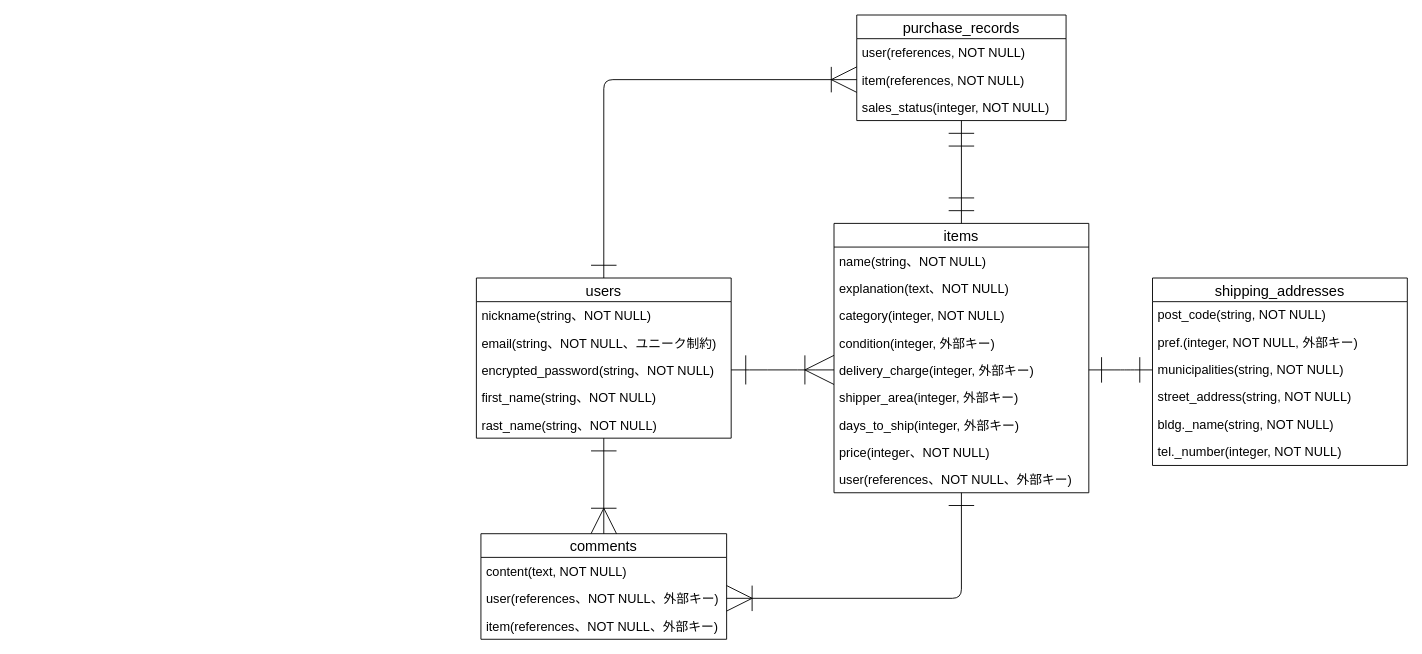
This is furima.dio from KAZUbcda/furima-39612, a draw.io file, before an edit. Source tidied: cells renumbered, new cells numbered last; positions are measured from the earlier drawing's top-left corner, leaving out a move shared by most shapes. Both pictures are drawn from the tidied source at 91%, with x=0, y=0 at pixel (476, 15).
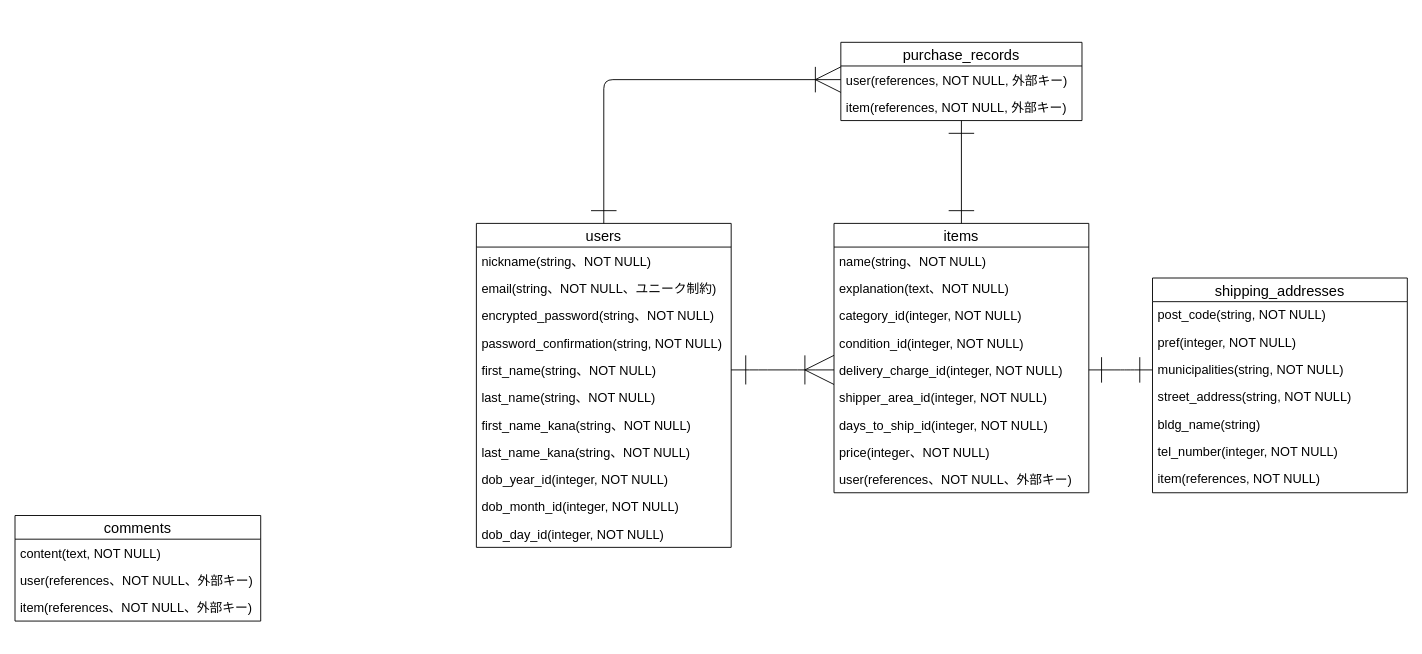
Above is the later version.

Commit message (it also covers changes not shown here):
ER図、READMEのコードレビュー2

The change refers to these unchanged cells:
```xml
<mxCell id="5" value="encrypted_password(string、NOT NULL)" style="text;strokeColor=none;fillColor=none;spacingLeft=4;spacingRight=4;overflow=hidden;points=[[0,0.5],[1,0.5]];portConstraint=eastwest;fontSize=14;verticalAlign=middle;" parent="2" vertex="1">
  <mxGeometry y="86" width="280" height="30" as="geometry" />
</mxCell>
<mxCell id="8" value="items" style="swimlane;fontStyle=0;horizontal=1;startSize=26;align=center;fontSize=16;" parent="1" vertex="1">
  <mxGeometry x="393" y="229" width="280" height="296" as="geometry" />
</mxCell>
<mxCell id="17" value="user(references、NOT NULL、外部キー)" style="text;strokeColor=none;fillColor=none;spacingLeft=4;spacingRight=4;overflow=hidden;points=[[0,0.5],[1,0.5]];portConstraint=eastwest;fontSize=14;verticalAlign=middle;" parent="8" vertex="1">
  <mxGeometry y="266" width="280" height="30" as="geometry" />
</mxCell>
<mxCell id="20" value="user(references、NOT NULL、外部キー)" style="text;strokeColor=none;fillColor=none;spacingLeft=4;spacingRight=4;overflow=hidden;points=[[0,0.5],[1,0.5]];portConstraint=eastwest;fontSize=14;verticalAlign=middle;" parent="18" vertex="1">
  <mxGeometry y="56" width="270" height="30" as="geometry" />
</mxCell>
```

Diff of the diagram source:
```diff
@@
     <mxCell id="2" value="users" style="swimlane;fontStyle=0;horizontal=1;startSize=26;align=center;fontSize=16;verticalAlign=middle;" parent="1" vertex="1">
-      <mxGeometry y="289" width="280" height="176" as="geometry" />
+      <mxGeometry y="229" width="280" height="356" as="geometry" />
     </mxCell>
@@
+    <mxCell id="39" value="password_confirmation(string, NOT NULL)" style="text;strokeColor=none;fillColor=none;spacingLeft=4;spacingRight=4;overflow=hidden;fontSize=14;verticalAlign=middle;" parent="2" vertex="1">
+      <mxGeometry y="116" width="280" height="30" as="geometry" />
+    </mxCell>
     <mxCell id="6" value="first_name(string、NOT NULL)" style="text;strokeColor=none;fillColor=none;spacingLeft=4;spacingRight=4;overflow=hidden;points=[[0,0.5],[1,0.5]];portConstraint=eastwest;fontSize=14;verticalAlign=middle;spacing=2;horizontal=1;spacingBottom=0;fontStyle=0;" parent="2" vertex="1">
-      <mxGeometry y="116" width="280" height="30" as="geometry" />
+      <mxGeometry y="146" width="280" height="30" as="geometry" />
     </mxCell>
-    <mxCell id="7" value="rast_name(string、NOT NULL)" style="text;strokeColor=none;fillColor=none;spacingLeft=4;spacingRight=4;overflow=hidden;points=[[0,0.5],[1,0.5]];portConstraint=eastwest;fontSize=14;verticalAlign=middle;" parent="2" vertex="1">
-      <mxGeometry y="146" width="280" height="30" as="geometry" />
+    <mxCell id="7" value="last_name(string、NOT NULL)" style="text;strokeColor=none;fillColor=none;spacingLeft=4;spacingRight=4;overflow=hidden;points=[[0,0.5],[1,0.5]];portConstraint=eastwest;fontSize=14;verticalAlign=middle;" parent="2" vertex="1">
+      <mxGeometry y="176" width="280" height="30" as="geometry" />
     </mxCell>
+    <mxCell id="40" value="first_name_kana(string、NOT NULL)" style="text;strokeColor=none;fillColor=none;spacingLeft=4;spacingRight=4;overflow=hidden;fontSize=14;verticalAlign=middle;" parent="2" vertex="1">
+      <mxGeometry y="206" width="280" height="30" as="geometry" />
+    </mxCell>
+    <mxCell id="41" value="last_name_kana(string、NOT NULL)" style="text;strokeColor=none;fillColor=none;spacingLeft=4;spacingRight=4;overflow=hidden;fontSize=14;verticalAlign=middle;" parent="2" vertex="1">
+      <mxGeometry y="236" width="280" height="30" as="geometry" />
+    </mxCell>
+    <mxCell id="42" value="dob_year_id(integer, NOT NULL)" style="text;strokeColor=none;fillColor=none;spacingLeft=4;spacingRight=4;overflow=hidden;fontSize=14;verticalAlign=middle;" parent="2" vertex="1">
+      <mxGeometry y="266" width="280" height="30" as="geometry" />
+    </mxCell>
+    <mxCell id="43" value="dob_month_id(integer, NOT NULL)" style="text;strokeColor=none;fillColor=none;spacingLeft=4;spacingRight=4;overflow=hidden;fontSize=14;verticalAlign=middle;" parent="2" vertex="1">
+      <mxGeometry y="296" width="280" height="30" as="geometry" />
+    </mxCell>
+    <mxCell id="44" value="dob_day_id(integer, NOT NULL)" style="text;strokeColor=none;fillColor=none;spacingLeft=4;spacingRight=4;overflow=hidden;fontSize=14;verticalAlign=middle;" parent="2" vertex="1">
+      <mxGeometry y="326" width="280" height="30" as="geometry" />
+    </mxCell>
@@
-    <mxCell id="11" value="category(integer, NOT NULL)" style="text;strokeColor=none;fillColor=none;spacingLeft=4;spacingRight=4;overflow=hidden;fontSize=14;verticalAlign=middle;" parent="8" vertex="1">
+    <mxCell id="11" value="category_id(integer, NOT NULL)" style="text;strokeColor=none;fillColor=none;spacingLeft=4;spacingRight=4;overflow=hidden;fontSize=14;verticalAlign=middle;" parent="8" vertex="1">
       <mxGeometry y="86" width="280" height="30" as="geometry" />
     </mxCell>
-    <mxCell id="12" value="condition(integer, 外部キー)" style="text;strokeColor=none;fillColor=none;spacingLeft=4;spacingRight=4;overflow=hidden;fontSize=14;verticalAlign=middle;" parent="8" vertex="1">
+    <mxCell id="12" value="condition_id(integer, NOT NULL)" style="text;strokeColor=none;fillColor=none;spacingLeft=4;spacingRight=4;overflow=hidden;fontSize=14;verticalAlign=middle;" parent="8" vertex="1">
       <mxGeometry y="116" width="280" height="30" as="geometry" />
     </mxCell>
-    <mxCell id="13" value="delivery_charge(integer, 外部キー)" style="text;strokeColor=none;fillColor=none;spacingLeft=4;spacingRight=4;overflow=hidden;points=[[0,0.5],[1,0.5]];portConstraint=eastwest;fontSize=14;verticalAlign=middle;" parent="8" vertex="1">
+    <mxCell id="13" value="delivery_charge_id(integer, NOT NULL)" style="text;strokeColor=none;fillColor=none;spacingLeft=4;spacingRight=4;overflow=hidden;points=[[0,0.5],[1,0.5]];portConstraint=eastwest;fontSize=14;verticalAlign=middle;" parent="8" vertex="1">
       <mxGeometry y="146" width="280" height="30" as="geometry" />
     </mxCell>
-    <mxCell id="14" value="shipper_area(integer, 外部キー)" style="text;strokeColor=none;fillColor=none;spacingLeft=4;spacingRight=4;overflow=hidden;fontSize=14;verticalAlign=middle;" parent="8" vertex="1">
+    <mxCell id="14" value="shipper_area_id(integer, NOT NULL)" style="text;strokeColor=none;fillColor=none;spacingLeft=4;spacingRight=4;overflow=hidden;fontSize=14;verticalAlign=middle;" parent="8" vertex="1">
       <mxGeometry y="176" width="280" height="30" as="geometry" />
     </mxCell>
-    <mxCell id="15" value="days_to_ship(integer, 外部キー)" style="text;strokeColor=none;fillColor=none;spacingLeft=4;spacingRight=4;overflow=hidden;fontSize=14;verticalAlign=middle;" parent="8" vertex="1">
+    <mxCell id="15" value="days_to_ship_id(integer, NOT NULL)" style="text;strokeColor=none;fillColor=none;spacingLeft=4;spacingRight=4;overflow=hidden;fontSize=14;verticalAlign=middle;" parent="8" vertex="1">
       <mxGeometry y="206" width="280" height="30" as="geometry" />
     </mxCell>
@@
     <mxCell id="18" value="comments" style="swimlane;fontStyle=0;horizontal=1;startSize=26;align=center;fontSize=16;fillColor=none;strokeColor=default;" parent="1" vertex="1">
-      <mxGeometry x="5" y="570" width="270" height="116" as="geometry" />
+      <mxGeometry x="-507" y="550" width="270" height="116" as="geometry" />
     </mxCell>
@@
     <mxCell id="22" value="shipping_addresses" style="swimlane;fontStyle=0;horizontal=1;startSize=26;align=center;fontSize=16;" parent="1" vertex="1">
-      <mxGeometry x="743" y="289" width="280" height="206" as="geometry" />
+      <mxGeometry x="743" y="289" width="280" height="236" as="geometry" />
     </mxCell>
@@
-    <mxCell id="24" value="pref.(integer, NOT NULL, 外部キー)" style="text;strokeColor=none;fillColor=none;spacingLeft=4;spacingRight=4;overflow=hidden;fontSize=14;" parent="22" vertex="1">
+    <mxCell id="24" value="pref(integer, NOT NULL)" style="text;strokeColor=none;fillColor=none;spacingLeft=4;spacingRight=4;overflow=hidden;fontSize=14;" parent="22" vertex="1">
       <mxGeometry y="56" width="280" height="30" as="geometry" />
     </mxCell>
@@
-    <mxCell id="27" value="bldg._name(string, NOT NULL)" style="text;strokeColor=none;fillColor=none;spacingLeft=4;spacingRight=4;overflow=hidden;fontSize=14;" parent="22" vertex="1">
+    <mxCell id="27" value="bldg_name(string)" style="text;strokeColor=none;fillColor=none;spacingLeft=4;spacingRight=4;overflow=hidden;fontSize=14;" parent="22" vertex="1">
       <mxGeometry y="146" width="280" height="30" as="geometry" />
     </mxCell>
-    <mxCell id="28" value="tel._number(integer, NOT NULL)" style="text;strokeColor=none;fillColor=none;spacingLeft=4;spacingRight=4;overflow=hidden;fontSize=14;" parent="22" vertex="1">
+    <mxCell id="28" value="tel_number(integer, NOT NULL)" style="text;strokeColor=none;fillColor=none;spacingLeft=4;spacingRight=4;overflow=hidden;fontSize=14;" parent="22" vertex="1">
       <mxGeometry y="176" width="280" height="30" as="geometry" />
     </mxCell>
+    <mxCell id="45" value="item(references, NOT NULL)" style="text;strokeColor=none;fillColor=none;spacingLeft=4;spacingRight=4;overflow=hidden;fontSize=14;" parent="22" vertex="1">
+      <mxGeometry y="206" width="280" height="30" as="geometry" />
+    </mxCell>
-    <mxCell id="29" style="edgeStyle=entityRelationEdgeStyle;fontSize=12;html=1;endArrow=ERoneToMany;startSize=30;sourcePerimeterSpacing=0;endSize=30;startArrow=ERone;startFill=0;entryX=0;entryY=0.5;entryDx=0;entryDy=0;exitX=1;exitY=0.5;exitDx=0;exitDy=0;" parent="1" edge="1" source="5" target="13">
+    <mxCell id="29" style="edgeStyle=entityRelationEdgeStyle;fontSize=12;html=1;endArrow=ERoneToMany;startSize=30;sourcePerimeterSpacing=0;endSize=30;startArrow=ERone;startFill=0;entryX=0;entryY=0.5;entryDx=0;entryDy=0;exitX=1;exitY=0.5;exitDx=0;exitDy=0;" parent="1" edge="1" source="6" target="13">
       <mxGeometry relative="1" as="geometry" />
     </mxCell>
-    <mxCell id="30" style="fontSize=12;html=1;endArrow=ERoneToMany;endSize=26;startArrow=ERone;startFill=0;startSize=26;strokeColor=default;elbow=vertical;entryX=0.5;entryY=0;entryDx=0;entryDy=0;" parent="1" edge="1" source="7" target="18">
-      <mxGeometry relative="1" as="geometry" />
-    </mxCell>
-    <mxCell id="31" style="fontSize=12;html=1;endArrow=ERone;strokeColor=default;startSize=26;endSize=26;sourcePerimeterSpacing=0;exitX=1;exitY=0.5;exitDx=0;exitDy=0;edgeStyle=elbowEdgeStyle;elbow=vertical;startArrow=ERoneToMany;startFill=0;endFill=0;" parent="1" edge="1" source="20" target="17">
-      <mxGeometry relative="1" as="geometry">
-        <Array as="points">
-          <mxPoint x="533" y="641" />
-        </Array>
-      </mxGeometry>
-    </mxCell>
@@
     <mxCell id="33" value="purchase_records" style="swimlane;fontStyle=0;horizontal=1;startSize=26;align=center;fontSize=16;" parent="1" vertex="1">
-      <mxGeometry x="418" width="230" height="116" as="geometry" />
+      <mxGeometry x="400.5" y="30" width="265" height="86" as="geometry" />
     </mxCell>
-    <mxCell id="34" value="user(references, NOT NULL)" style="text;strokeColor=none;fillColor=none;spacingLeft=4;spacingRight=4;overflow=hidden;points=[[0,0.5],[1,0.5]];portConstraint=eastwest;fontSize=14;verticalAlign=middle;" parent="33" vertex="1">
-      <mxGeometry y="26" width="230" height="30" as="geometry" />
+    <mxCell id="34" value="user(references, NOT NULL, 外部キー)" style="text;strokeColor=none;fillColor=none;spacingLeft=4;spacingRight=4;overflow=hidden;points=[[0,0.5],[1,0.5]];portConstraint=eastwest;fontSize=14;verticalAlign=middle;" parent="33" vertex="1">
+      <mxGeometry y="26" width="265" height="30" as="geometry" />
     </mxCell>
-    <mxCell id="35" value="item(references, NOT NULL)" style="text;strokeColor=none;fillColor=none;spacingLeft=4;spacingRight=4;overflow=hidden;points=[[0,0.5],[1,0.5]];portConstraint=eastwest;fontSize=14;verticalAlign=middle;" parent="33" vertex="1">
-      <mxGeometry y="56" width="230" height="30" as="geometry" />
+    <mxCell id="35" value="item(references, NOT NULL, 外部キー)" style="text;strokeColor=none;fillColor=none;spacingLeft=4;spacingRight=4;overflow=hidden;points=[[0,0.5],[1,0.5]];portConstraint=eastwest;fontSize=14;verticalAlign=middle;" parent="33" vertex="1">
+      <mxGeometry y="56" width="265" height="30" as="geometry" />
     </mxCell>
-    <mxCell id="36" value="sales_status(integer, NOT NULL)" style="text;strokeColor=none;fillColor=none;spacingLeft=4;spacingRight=4;overflow=hidden;fontSize=14;verticalAlign=middle;" parent="33" vertex="1">
-      <mxGeometry y="86" width="230" height="30" as="geometry" />
-    </mxCell>
-    <mxCell id="37" style="fontSize=12;html=1;endArrow=ERmandOne;startArrow=ERmandOne;strokeColor=default;startSize=26;endSize=26;sourcePerimeterSpacing=0;elbow=vertical;exitX=0.5;exitY=0;exitDx=0;exitDy=0;entryX=0.5;entryY=1;entryDx=0;entryDy=0;" parent="1" edge="1" source="8" target="33">
+    <mxCell id="37" style="fontSize=12;html=1;endArrow=ERone;startArrow=ERone;strokeColor=default;startSize=26;endSize=26;sourcePerimeterSpacing=0;elbow=vertical;exitX=0.5;exitY=0;exitDx=0;exitDy=0;entryX=0.5;entryY=1;entryDx=0;entryDy=0;startFill=0;endFill=0;" parent="1" edge="1" source="8" target="33">
       <mxGeometry relative="1" as="geometry" />
     </mxCell>
-    <mxCell id="38" style="edgeStyle=orthogonalEdgeStyle;fontSize=12;html=1;endArrow=ERoneToMany;startArrow=ERone;strokeColor=default;startSize=26;endSize=26;sourcePerimeterSpacing=0;elbow=vertical;entryX=0;entryY=0.5;entryDx=0;entryDy=0;exitX=0.5;exitY=0;exitDx=0;exitDy=0;endFill=0;startFill=0;" parent="1" edge="1" source="2" target="35">
+    <mxCell id="38" style="edgeStyle=orthogonalEdgeStyle;fontSize=12;html=1;endArrow=ERoneToMany;startArrow=ERone;strokeColor=default;startSize=26;endSize=26;sourcePerimeterSpacing=0;elbow=vertical;exitX=0.5;exitY=0;exitDx=0;exitDy=0;endFill=0;startFill=0;entryX=0;entryY=0.5;entryDx=0;entryDy=0;" parent="1" edge="1" source="2" target="34">
       <mxGeometry relative="1" as="geometry" />
     </mxCell>
```
